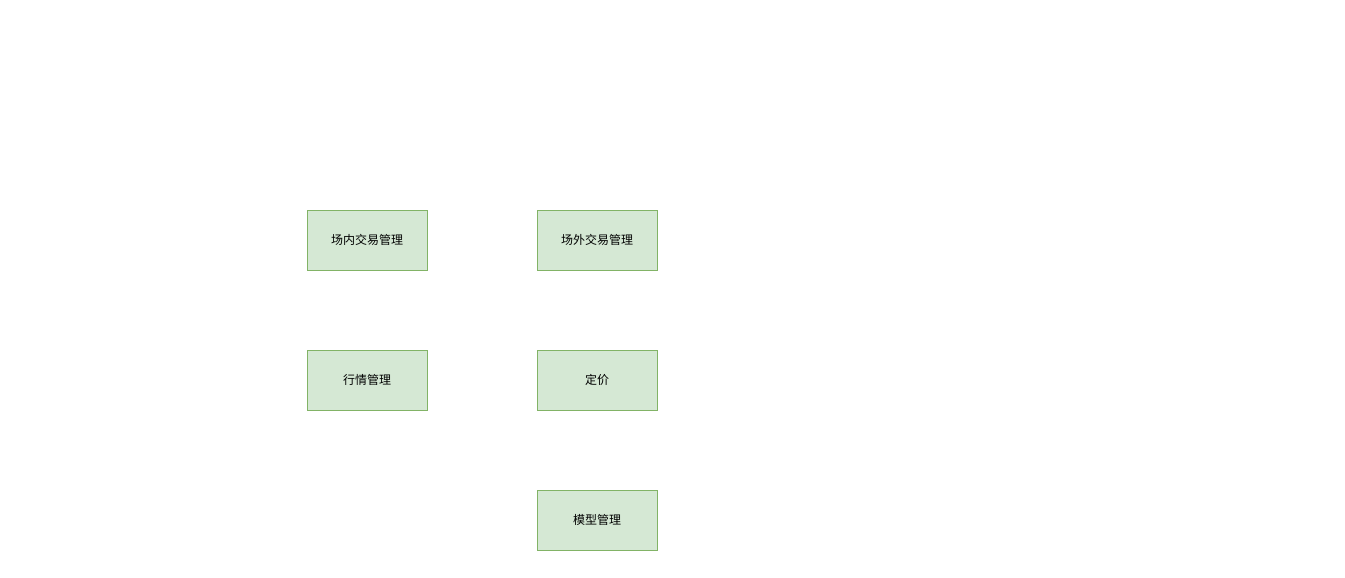
blshao84/VaRReportingSys keeps this draw.io diagram as page "Page-4" (4 of 4) of Untitled Diagram.drawio. Above is the earlier version. Source tidied: cells renumbered, new cells numbered last; positions are measured from the earlier drawing's top-left corner, leaving out a move shared by most shapes. Both pictures are drawn from the tidied source at 100%, with x=0, y=0 at pixel (307, 210).
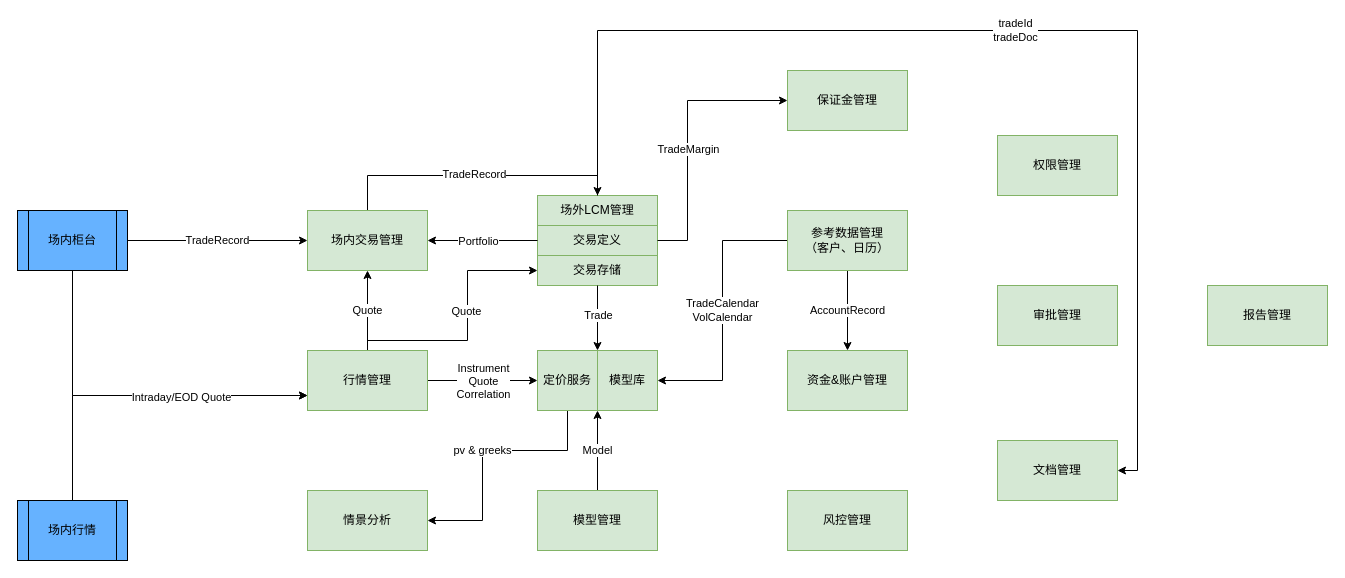
After the change.

What changed in the source:
```diff
@@
+    <mxCell id="7" value="pv &amp;amp; greeks" style="edgeStyle=orthogonalEdgeStyle;rounded=0;jettySize=auto;html=1;entryX=1;entryY=0.5;entryDx=0;entryDy=0;" parent="1" edge="1" source="3" target="26">
+      <mxGeometry relative="1" as="geometry">
+        <Array as="points">
+          <mxPoint x="260" y="240" />
+          <mxPoint x="175" y="240" />
+          <mxPoint x="175" y="310" />
+        </Array>
+      </mxGeometry>
+    </mxCell>
+    <mxCell id="3" value="定价服务" style="rounded=0;whiteSpace=wrap;html=1;fillColor=#d5e8d4;strokeColor=#82b366;" parent="1" vertex="1">
+      <mxGeometry x="230" y="140" width="60" height="60" as="geometry" />
+    </mxCell>
+    <mxCell id="8" value="Model" style="edgeStyle=orthogonalEdgeStyle;rounded=0;jettySize=auto;html=1;exitX=0.5;exitY=0;exitDx=0;exitDy=0;entryX=0;entryY=1;entryDx=0;entryDy=0;" parent="1" edge="1" source="4" target="17">
+      <mxGeometry relative="1" as="geometry" />
+    </mxCell>
+    <mxCell id="4" value="模型管理" style="rounded=0;whiteSpace=wrap;html=1;fillColor=#d5e8d4;strokeColor=#82b366;" parent="1" vertex="1">
+      <mxGeometry x="230" y="280" width="120" height="60" as="geometry" />
+    </mxCell>
+    <mxCell id="9" style="edgeStyle=orthogonalEdgeStyle;rounded=0;jettySize=auto;html=1;exitX=0.5;exitY=0;exitDx=0;exitDy=0;entryX=0.5;entryY=1;entryDx=0;entryDy=0;" parent="1" edge="1" source="5" target="6">
+      <mxGeometry relative="1" as="geometry" />
+    </mxCell>
+    <mxCell id="10" value="Quote" style="edgeLabel;html=1;align=center;verticalAlign=middle;" parent="9" vertex="1">
+      <mxGeometry x="0.03" y="1" relative="1" as="geometry" />
+    </mxCell>
+    <mxCell id="11" style="edgeStyle=orthogonalEdgeStyle;rounded=0;jettySize=auto;html=1;" parent="1" edge="1" source="5" target="3">
+      <mxGeometry relative="1" as="geometry" />
+    </mxCell>
+    <mxCell id="12" value="Instrument&lt;br&gt;Quote&lt;br&gt;Correlation" style="edgeLabel;html=1;align=center;verticalAlign=middle;" parent="11" vertex="1">
+      <mxGeometry relative="1" as="geometry" />
+    </mxCell>
+    <mxCell id="13" style="edgeStyle=orthogonalEdgeStyle;rounded=0;jettySize=auto;html=1;entryX=0;entryY=0.5;entryDx=0;entryDy=0;" parent="1" edge="1" target="20">
+      <mxGeometry relative="1" as="geometry">
+        <mxPoint x="60" y="120" as="sourcePoint" />
+        <Array as="points">
+          <mxPoint x="60" y="130" />
+          <mxPoint x="160" y="130" />
+          <mxPoint x="160" y="60" />
+        </Array>
+      </mxGeometry>
+    </mxCell>
+    <mxCell id="14" value="Quote" style="edgeLabel;html=1;align=center;verticalAlign=middle;" parent="13" vertex="1">
+      <mxGeometry x="-0.04" y="1" relative="1" as="geometry">
+        <mxPoint x="-1" y="-20" as="offset" />
+      </mxGeometry>
+    </mxCell>
+    <mxCell id="5" value="行情管理" style="rounded=0;whiteSpace=wrap;html=1;fillColor=#d5e8d4;strokeColor=#82b366;" parent="1" vertex="1">
+      <mxGeometry y="140" width="120" height="60" as="geometry" />
+    </mxCell>
+    <mxCell id="15" style="edgeStyle=orthogonalEdgeStyle;rounded=0;jettySize=auto;html=1;entryX=0.5;entryY=0;entryDx=0;entryDy=0;" parent="1" edge="1" source="6" target="2">
+      <mxGeometry relative="1" as="geometry">
+        <Array as="points">
+          <mxPoint x="60" y="-35" />
+          <mxPoint x="290" y="-35" />
+        </Array>
+      </mxGeometry>
+    </mxCell>
+    <mxCell id="16" value="TradeRecord" style="edgeLabel;html=1;align=center;verticalAlign=middle;" parent="15" vertex="1">
+      <mxGeometry x="-0.01" y="2" relative="1" as="geometry" />
+    </mxCell>
+    <mxCell id="6" value="场内交易管理" style="rounded=0;whiteSpace=wrap;html=1;fillColor=#d5e8d4;strokeColor=#82b366;" parent="1" vertex="1">
+      <mxGeometry width="120" height="60" as="geometry" />
+    </mxCell>
+    <mxCell id="17" value="模型库" style="rounded=0;whiteSpace=wrap;html=1;fillColor=#d5e8d4;strokeColor=#82b366;" parent="1" vertex="1">
+      <mxGeometry x="290" y="140" width="60" height="60" as="geometry" />
+    </mxCell>
+    <mxCell id="18" style="group;" parent="1" vertex="1">
+      <mxGeometry x="230" y="-15" width="120" height="90" as="geometry" />
+    </mxCell>
-    <mxCell id="2" value="场外交易管理" style="rounded=0;whiteSpace=wrap;html=1;fillColor=#d5e8d4;strokeColor=#82b366;" parent="1" vertex="1">
-      <mxGeometry x="230" width="120" height="60" as="geometry" />
+    <mxCell id="2" value="&lt;span&gt;场外LCM管理&lt;/span&gt;" style="rounded=0;whiteSpace=wrap;html=1;fillColor=#d5e8d4;strokeColor=#82b366;" parent="18" vertex="1">
+      <mxGeometry width="120" height="30" as="geometry" />
     </mxCell>
-    <mxCell id="3" value="定价" style="rounded=0;whiteSpace=wrap;html=1;fillColor=#d5e8d4;strokeColor=#82b366;" parent="1" vertex="1">
-      <mxGeometry x="230" y="140" width="120" height="60" as="geometry" />
-    </mxCell>
-    <mxCell id="4" value="模型管理" style="rounded=0;whiteSpace=wrap;html=1;fillColor=#d5e8d4;strokeColor=#82b366;" parent="1" vertex="1">
-      <mxGeometry x="230" y="280" width="120" height="60" as="geometry" />
-    </mxCell>
-    <mxCell id="5" value="行情管理" style="rounded=0;whiteSpace=wrap;html=1;fillColor=#d5e8d4;strokeColor=#82b366;" parent="1" vertex="1">
-      <mxGeometry y="140" width="120" height="60" as="geometry" />
-    </mxCell>
-    <mxCell id="6" value="场内交易管理" style="rounded=0;whiteSpace=wrap;html=1;fillColor=#d5e8d4;strokeColor=#82b366;" parent="1" vertex="1">
-      <mxGeometry width="120" height="60" as="geometry" />
-    </mxCell>
+    <mxCell id="19" value="&lt;span&gt;交易定义&lt;/span&gt;" style="rounded=0;whiteSpace=wrap;html=1;fillColor=#d5e8d4;strokeColor=#82b366;" parent="18" vertex="1">
+      <mxGeometry y="30" width="120" height="30" as="geometry" />
+    </mxCell>
+    <mxCell id="20" value="&lt;span&gt;交易存储&lt;/span&gt;" style="rounded=0;whiteSpace=wrap;html=1;fillColor=#d5e8d4;strokeColor=#82b366;" parent="18" vertex="1">
+      <mxGeometry y="60" width="120" height="30" as="geometry" />
+    </mxCell>
+    <mxCell id="21" value="AccountRecord" style="edgeStyle=orthogonalEdgeStyle;rounded=0;jettySize=auto;html=1;entryX=0.5;entryY=0;entryDx=0;entryDy=0;" parent="1" edge="1" source="23" target="24">
+      <mxGeometry relative="1" as="geometry" />
+    </mxCell>
+    <mxCell id="22" value="TradeCalendar&lt;br&gt;VolCalendar" style="edgeStyle=orthogonalEdgeStyle;rounded=0;jettySize=auto;html=1;entryX=1;entryY=0.5;entryDx=0;entryDy=0;" parent="1" edge="1" source="23" target="17">
+      <mxGeometry relative="1" as="geometry" />
+    </mxCell>
+    <mxCell id="23" value="参考数据管理&lt;br&gt;（客户、日历）" style="rounded=0;whiteSpace=wrap;html=1;fillColor=#d5e8d4;strokeColor=#82b366;" parent="1" vertex="1">
+      <mxGeometry x="480" width="120" height="60" as="geometry" />
+    </mxCell>
+    <mxCell id="24" value="资金&amp;amp;账户管理" style="rounded=0;whiteSpace=wrap;html=1;fillColor=#d5e8d4;strokeColor=#82b366;" parent="1" vertex="1">
+      <mxGeometry x="480" y="140" width="120" height="60" as="geometry" />
+    </mxCell>
+    <mxCell id="25" value="保证金管理" style="rounded=0;whiteSpace=wrap;html=1;fillColor=#d5e8d4;strokeColor=#82b366;" parent="1" vertex="1">
+      <mxGeometry x="480" y="-140" width="120" height="60" as="geometry" />
+    </mxCell>
+    <mxCell id="26" value="情景分析" style="rounded=0;whiteSpace=wrap;html=1;fillColor=#d5e8d4;strokeColor=#82b366;" parent="1" vertex="1">
+      <mxGeometry y="280" width="120" height="60" as="geometry" />
+    </mxCell>
+    <mxCell id="27" value="风控管理" style="rounded=0;whiteSpace=wrap;html=1;fillColor=#d5e8d4;strokeColor=#82b366;" parent="1" vertex="1">
+      <mxGeometry x="480" y="280" width="120" height="60" as="geometry" />
+    </mxCell>
+    <mxCell id="28" value="权限管理" style="rounded=0;whiteSpace=wrap;html=1;fillColor=#d5e8d4;strokeColor=#82b366;" parent="1" vertex="1">
+      <mxGeometry x="690" y="-75" width="120" height="60" as="geometry" />
+    </mxCell>
+    <mxCell id="29" value="审批管理" style="rounded=0;whiteSpace=wrap;html=1;fillColor=#d5e8d4;strokeColor=#82b366;" parent="1" vertex="1">
+      <mxGeometry x="690" y="75" width="120" height="60" as="geometry" />
+    </mxCell>
+    <mxCell id="30" value="文档管理" style="rounded=0;whiteSpace=wrap;html=1;fillColor=#d5e8d4;strokeColor=#82b366;" parent="1" vertex="1">
+      <mxGeometry x="690" y="230" width="120" height="60" as="geometry" />
+    </mxCell>
+    <mxCell id="31" value="报告管理" style="rounded=0;whiteSpace=wrap;html=1;fillColor=#d5e8d4;strokeColor=#82b366;" parent="1" vertex="1">
+      <mxGeometry x="900" y="75" width="120" height="60" as="geometry" />
+    </mxCell>
+    <mxCell id="32" style="edgeStyle=orthogonalEdgeStyle;rounded=0;jettySize=auto;html=1;" parent="1" edge="1" source="19" target="6">
+      <mxGeometry relative="1" as="geometry" />
+    </mxCell>
+    <mxCell id="33" value="Portfolio" style="edgeLabel;html=1;align=center;verticalAlign=middle;" parent="32" vertex="1">
+      <mxGeometry x="0.36" y="-1" relative="1" as="geometry">
+        <mxPoint x="15" y="1" as="offset" />
+      </mxGeometry>
+    </mxCell>
+    <mxCell id="34" value="TradeRecord" style="edgeStyle=orthogonalEdgeStyle;rounded=0;jettySize=auto;html=1;entryX=0;entryY=0.5;entryDx=0;entryDy=0;" parent="1" edge="1" source="36" target="6">
+      <mxGeometry relative="1" as="geometry" />
+    </mxCell>
+    <mxCell id="35" style="edgeStyle=orthogonalEdgeStyle;rounded=0;jettySize=auto;html=1;entryX=0;entryY=0.75;entryDx=0;entryDy=0;" parent="1" edge="1" source="36" target="5">
+      <mxGeometry relative="1" as="geometry">
+        <Array as="points">
+          <mxPoint x="-235" y="185" />
+        </Array>
+      </mxGeometry>
+    </mxCell>
+    <mxCell id="36" value="场内柜台" style="shape=process;whiteSpace=wrap;html=1;backgroundOutline=1;fillColor=#66B2FF;" parent="1" vertex="1">
+      <mxGeometry x="-290" width="110" height="60" as="geometry" />
+    </mxCell>
+    <mxCell id="37" style="edgeStyle=orthogonalEdgeStyle;rounded=0;jettySize=auto;html=1;entryX=0;entryY=0.75;entryDx=0;entryDy=0;" parent="1" edge="1" source="39" target="5">
+      <mxGeometry relative="1" as="geometry">
+        <Array as="points">
+          <mxPoint x="-235" y="185" />
+        </Array>
+      </mxGeometry>
+    </mxCell>
+    <mxCell id="38" value="Intraday/EOD Quote" style="edgeLabel;html=1;align=center;verticalAlign=middle;" parent="37" vertex="1">
+      <mxGeometry x="0.25" y="-1" relative="1" as="geometry" />
+    </mxCell>
+    <mxCell id="39" value="场内行情" style="shape=process;whiteSpace=wrap;html=1;backgroundOutline=1;fillColor=#66B2FF;" parent="1" vertex="1">
+      <mxGeometry x="-290" y="290" width="110" height="60" as="geometry" />
+    </mxCell>
+    <mxCell id="40" style="edgeStyle=orthogonalEdgeStyle;rounded=0;jettySize=auto;html=1;exitX=0.5;exitY=1;exitDx=0;exitDy=0;entryX=0;entryY=0;entryDx=0;entryDy=0;" parent="1" edge="1" source="20" target="17">
+      <mxGeometry relative="1" as="geometry" />
+    </mxCell>
+    <mxCell id="41" value="Trade" style="edgeLabel;html=1;align=center;verticalAlign=middle;" parent="40" vertex="1">
+      <mxGeometry x="-0.11" relative="1" as="geometry" />
+    </mxCell>
+    <mxCell id="42" style="edgeStyle=orthogonalEdgeStyle;rounded=0;jettySize=auto;html=1;entryX=0;entryY=0.5;entryDx=0;entryDy=0;" parent="1" edge="1" source="19" target="25">
+      <mxGeometry relative="1" as="geometry">
+        <Array as="points">
+          <mxPoint x="380" y="30" />
+          <mxPoint x="380" y="-110" />
+        </Array>
+      </mxGeometry>
+    </mxCell>
+    <mxCell id="43" value="TradeMargin" style="edgeLabel;html=1;align=center;verticalAlign=middle;" parent="42" vertex="1">
+      <mxGeometry x="-0.1" relative="1" as="geometry" />
+    </mxCell>
+    <mxCell id="44" value="tradeId&lt;br&gt;tradeDoc" style="edgeStyle=orthogonalEdgeStyle;rounded=0;jettySize=auto;html=1;entryX=1;entryY=0.5;entryDx=0;entryDy=0;" parent="1" edge="1" source="2" target="30">
+      <mxGeometry relative="1" as="geometry">
+        <Array as="points">
+          <mxPoint x="290" y="-180" />
+          <mxPoint x="830" y="-180" />
+          <mxPoint x="830" y="260" />
+        </Array>
+      </mxGeometry>
+    </mxCell>
```
